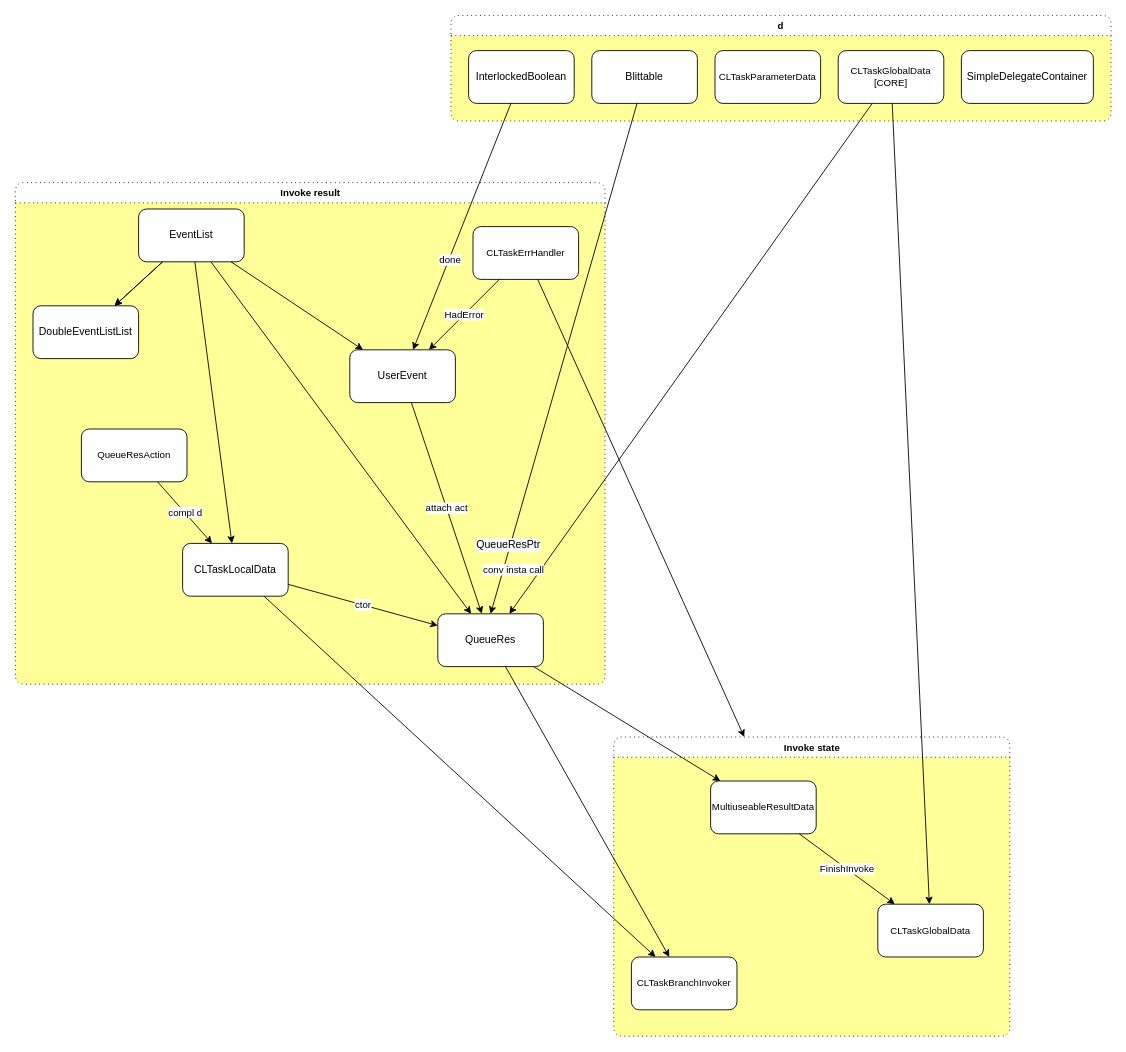
Above: Modules/OpenCLABC.Utils.drawio in SunSerega/POCGL (draw.io), before the change. Source tidied: cells renumbered, new cells numbered last; positions are measured from the earlier drawing's top-left corner, leaving out a move shared by most shapes. Both pictures are drawn from the tidied source at 88%, with x=0, y=0 at pixel (15, 15).
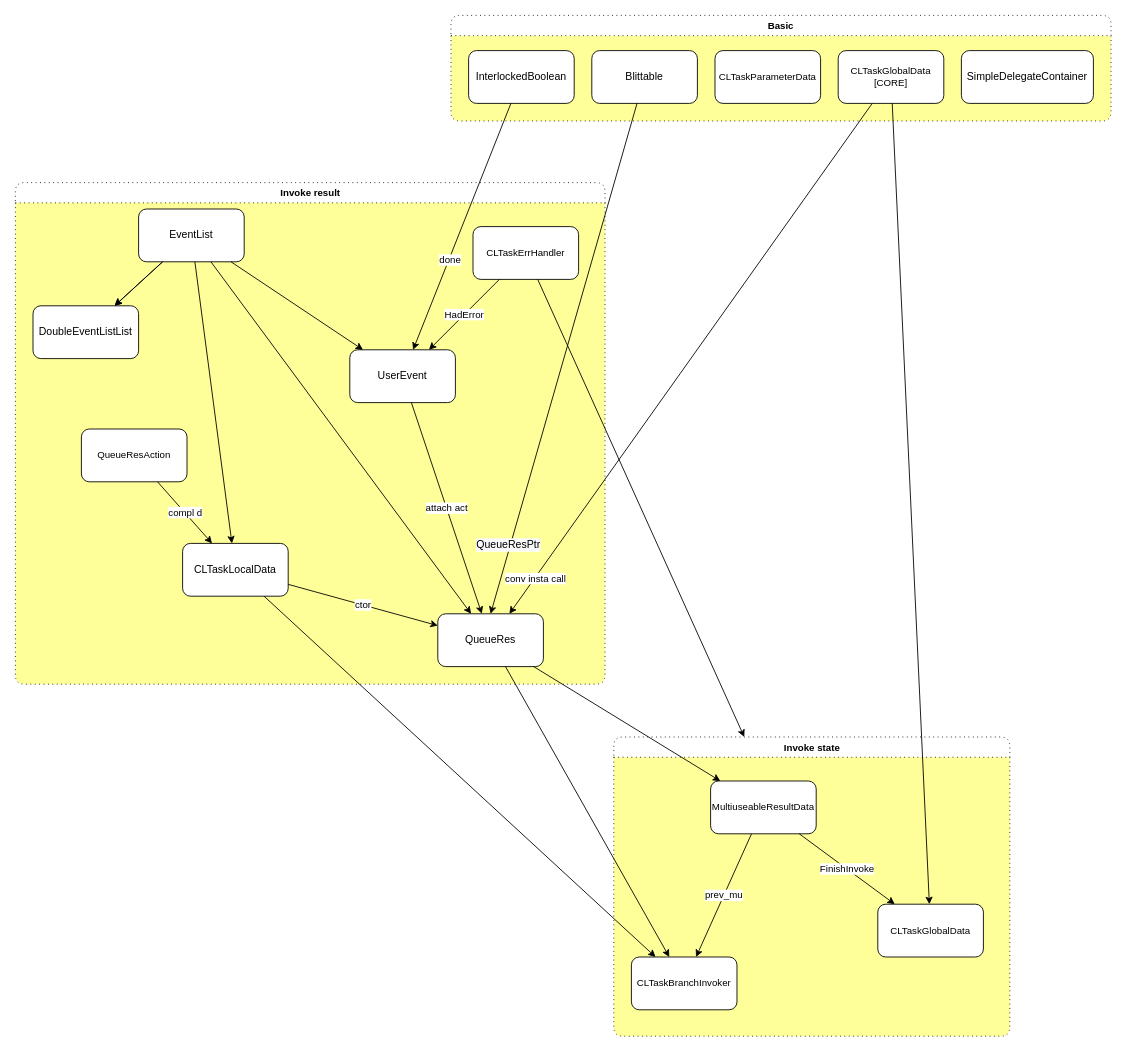
The same page after the edit.

The change refers to these unchanged cells:
```xml
<mxCell id="8" value="Invoke state" style="swimlane;rounded=1;fontFamily=Helvetica;fontSize=11;fontColor=default;strokeColor=default;fillColor=default;html=1;labelBackgroundColor=none;labelBorderColor=none;swimlaneFillColor=#FFFF99;dashed=1;dashPattern=1 4;" parent="1" vertex="1">
  <mxGeometry x="680" y="820" width="450" height="340" as="geometry" />
</mxCell>
<mxCell id="9" value="CLTaskBranchInvoker" style="rounded=1;whiteSpace=wrap;html=1;fontFamily=Helvetica;fontSize=11;fontColor=default;" parent="8" vertex="1">
  <mxGeometry x="20" y="250" width="120" height="60" as="geometry" />
</mxCell>
<mxCell id="10" value="MultiuseableResultData" style="whiteSpace=wrap;html=1;fontSize=11;rounded=1;" parent="8" vertex="1">
  <mxGeometry x="110" y="50" width="120" height="60" as="geometry" />
</mxCell>
<mxCell id="36" style="edgeStyle=none;shape=connector;rounded=0;jettySize=auto;html=1;labelBackgroundColor=default;fontFamily=Helvetica;fontSize=11;fontColor=default;endArrow=classic;strokeColor=default;" parent="1" edge="1" source="6" target="24">
  <mxGeometry relative="1" as="geometry" />
</mxCell>
```

Change to the diagram source:
```diff
@@
-    <mxCell id="2" value="d" style="swimlane;fontFamily=Helvetica;fontSize=11;rounded=1;labelBackgroundColor=none;labelBorderColor=none;swimlaneFillColor=#FFFF99;dashed=1;dashPattern=1 4;" parent="1" vertex="1">
+    <mxCell id="2" value="Basic" style="swimlane;fontFamily=Helvetica;fontSize=11;rounded=1;labelBackgroundColor=none;labelBorderColor=none;swimlaneFillColor=#FFFF99;dashed=1;dashPattern=1 4;" parent="1" vertex="1">
       <mxGeometry x="495" width="750" height="120" as="geometry" />
     </mxCell>
@@
+    <mxCell id="39" value="prev_mu" style="edgeStyle=none;shape=connector;rounded=0;jettySize=auto;html=1;labelBackgroundColor=default;fontFamily=Helvetica;fontSize=11;fontColor=default;endArrow=classic;strokeColor=default;" parent="8" edge="1" source="10" target="9">
+      <mxGeometry relative="1" as="geometry" />
+    </mxCell>
@@
     <mxCell id="37" value="conv insta call" style="edgeLabel;html=1;align=center;verticalAlign=middle;fontSize=11;fontFamily=Helvetica;fontColor=default;" parent="36" vertex="1">
       <mxGeometry x="-0.21" y="2" relative="1" as="geometry">
-        <mxPoint x="-247" y="299" as="offset" />
+        <mxPoint x="-222" y="309" as="offset" />
       </mxGeometry>
     </mxCell>
```
